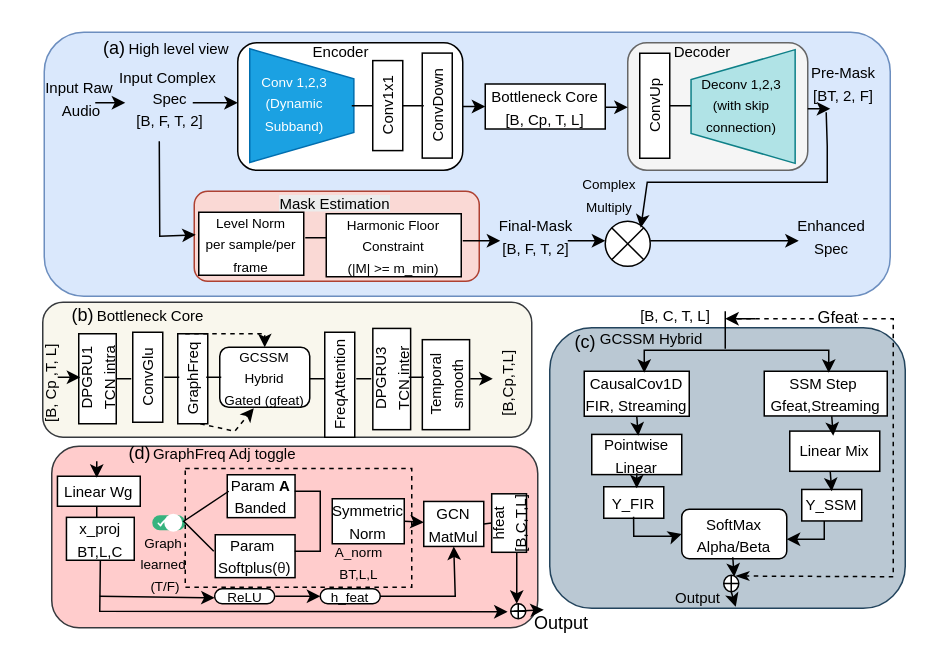
drchk/Timeseries_fuction keeps this draw.io diagram as Untitled Diagram.drawio. Above is the earlier version. Source tidied: cells renumbered, new cells numbered last; positions are measured from the earlier drawing's top-left corner, leaving out a move shared by most shapes. Both pictures are drawn from the tidied source at 150%, with x=0, y=0 at pixel (-2, 26).
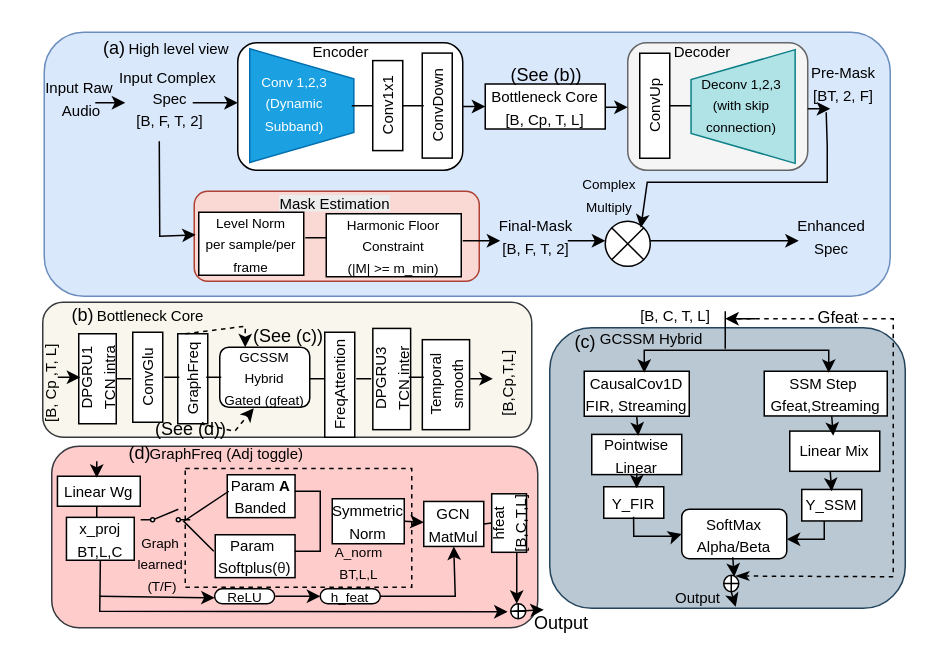
The same diagram, later.

The change refers to these unchanged cells:
```xml
<mxCell id="46" value="&lt;font style=&quot;font-size: 10px;&quot;&gt;GraphFreq&lt;/font&gt;" style="rounded=0;whiteSpace=wrap;html=1;rotation=-90;" parent="1" vertex="1">
  <mxGeometry x="99" y="225" width="60" height="20" as="geometry" />
</mxCell>
<mxCell id="50" value="&lt;font style=&quot;font-size: 9px;&quot;&gt;GCSSM&lt;/font&gt;&lt;div&gt;&lt;font style=&quot;font-size: 9px;&quot;&gt;Hybrid&lt;/font&gt;&lt;/div&gt;&lt;div&gt;&lt;font style=&quot;font-size: 9px;&quot;&gt;Gated (gfeat)&lt;/font&gt;&lt;/div&gt;" style="rounded=1;whiteSpace=wrap;html=1;" parent="1" vertex="1">
  <mxGeometry x="147" y="214" width="60" height="40" as="geometry" />
</mxCell>
```

Change to the diagram source:
```diff
@@
-    <mxCell id="62" style="endArrow=classic;html=1;rounded=0;exitX=1;exitY=0.25;exitDx=0;exitDy=0;entryX=0.5;entryY=0;entryDx=0;entryDy=0;dashed=1;" parent="1" edge="1" source="46" target="50">
+    <mxCell id="62" style="endArrow=classic;html=1;rounded=0;exitX=1;exitY=0.25;exitDx=0;exitDy=0;entryX=0.283;entryY=0;entryDx=0;entryDy=0;dashed=1;entryPerimeter=0;" parent="1" edge="1" source="46" target="50">
       <mxGeometry relative="1" as="geometry">
         <Array as="points">
-          <mxPoint x="177" y="205" />
+          <mxPoint x="164" y="200" />
         </Array>
       </mxGeometry>
     </mxCell>
@@
-    <mxCell id="92" style="fillColor=#36B37E;strokeColor=none;rounded=1;arcSize=50;sketch=0;hachureGap=4;fontFamily=Architects Daughter;fontSize=20;" parent="1" vertex="1">
-      <mxGeometry x="102" y="326" width="22" height="10" as="geometry" />
-    </mxCell>
-    <mxCell id="93" style="shape=ellipse;strokeColor=none;fillColor=#ffffff;sketch=0;hachureGap=4;fontFamily=Architects Daughter;fontSize=20;" parent="92" vertex="1">
-      <mxGeometry x="1" y="0.5" width="12" height="12" relative="1" as="geometry">
-        <mxPoint x="-14" y="-6" as="offset" />
-      </mxGeometry>
-    </mxCell>
-    <mxCell id="94" style="html=1;shadow=0;dashed=0;shape=mxgraph.atlassian.check;strokeColor=#ffffff;sketch=1;hachureGap=4;fontFamily=Architects Daughter;fontSize=20;" parent="92" vertex="1">
-      <mxGeometry y="0.5" width="6" height="5" relative="1" as="geometry">
-        <mxPoint x="4" y="-3" as="offset" />
-      </mxGeometry>
-    </mxCell>
     <mxCell id="95" value="&lt;font style=&quot;font-size: 9px;&quot;&gt;Graph&amp;nbsp;&lt;/font&gt;&lt;div&gt;&lt;span style=&quot;font-size: 9px; background-color: transparent; color: light-dark(rgb(0, 0, 0), rgb(255, 255, 255));&quot;&gt;learned&amp;nbsp;&lt;/span&gt;&lt;/div&gt;&lt;div&gt;&lt;span style=&quot;font-size: 9px; background-color: transparent; color: light-dark(rgb(0, 0, 0), rgb(255, 255, 255));&quot;&gt;(T/F)&lt;/span&gt;&lt;/div&gt;" style="text;html=1;whiteSpace=wrap;strokeColor=none;fillColor=none;align=center;verticalAlign=middle;rounded=0;" parent="1" vertex="1">
-      <mxGeometry x="80.8" y="343.2" width="60" height="30" as="geometry" />
+      <mxGeometry x="78.8" y="343.2" width="60" height="30" as="geometry" />
     </mxCell>
@@
-    <mxCell id="120" value="&lt;font style=&quot;font-size: 10px;&quot;&gt;GraphFreq Adj toggle&lt;/font&gt;" style="text;html=1;whiteSpace=wrap;strokeColor=none;fillColor=none;align=center;verticalAlign=middle;rounded=0;" parent="1" vertex="1">
+    <mxCell id="120" value="&lt;font style=&quot;font-size: 10px;&quot;&gt;&amp;nbsp;GraphFreq (Adj toggle)&lt;/font&gt;" style="text;html=1;whiteSpace=wrap;strokeColor=none;fillColor=none;align=center;verticalAlign=middle;rounded=0;" parent="1" vertex="1">
       <mxGeometry x="90" y="270" width="121" height="30" as="geometry" />
     </mxCell>
@@
+    <mxCell id="122" value="(See (b))" style="text;html=1;whiteSpace=wrap;strokeColor=none;fillColor=none;align=center;verticalAlign=middle;rounded=0;" parent="1" vertex="1">
+      <mxGeometry x="335" y="18.2" width="60" height="30" as="geometry" />
+    </mxCell>
+    <mxCell id="123" value="(See (c))" style="text;html=1;whiteSpace=wrap;strokeColor=none;fillColor=none;align=center;verticalAlign=middle;rounded=0;" parent="1" vertex="1">
+      <mxGeometry x="163" y="192" width="60" height="30" as="geometry" />
+    </mxCell>
+    <mxCell id="124" value="(See (d))" style="text;html=1;whiteSpace=wrap;strokeColor=none;fillColor=none;align=center;verticalAlign=middle;rounded=0;" parent="1" vertex="1">
+      <mxGeometry x="98" y="254" width="60" height="30" as="geometry" />
+    </mxCell>
+    <mxCell id="125" style="html=1;shape=mxgraph.electrical.electro-mechanical.singleSwitch;elSwitchState=off;" parent="1" vertex="1">
+      <mxGeometry x="94.3" y="322" width="33" height="8.8" as="geometry" />
+    </mxCell>
```
